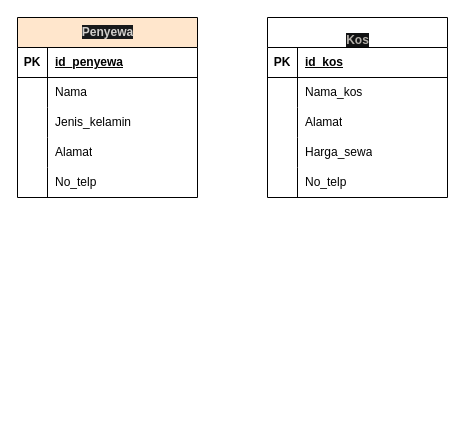
This is Basis Data/ERD/ERD Sistem Kos.drawio from fdhliakbar/lecture-assignment, a draw.io file, before an edit. Source tidied: cells renumbered, new cells numbered last; positions are measured from the earlier drawing's top-left corner, leaving out a move shared by most shapes. Both pictures are drawn from the tidied source at 100%, with x=0, y=0 at pixel (17, 17).
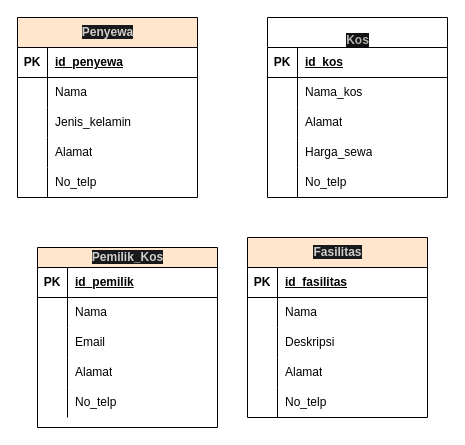
The same diagram, later.

What changed in the source:
```diff
@@
+    <mxCell id="34" value="&lt;font color=&quot;#d1cfcc&quot;&gt;&lt;span style=&quot;background-color: rgb(23, 25, 27);&quot;&gt;Pemilik_Kos&lt;/span&gt;&lt;/font&gt;" style="shape=table;startSize=20;childLayout=tableLayout;rowLines=0;fontStyle=1;align=center;html=1;fillColor=#FFE6CC;" parent="1" vertex="1">
+      <mxGeometry x="20" y="230" width="180" height="180" as="geometry" />
+    </mxCell>
+    <mxCell id="35" style="shape=tableRow;horizontal=0;startSize=0;swimlaneHead=0;swimlaneBody=0;fillColor=none;top=0;left=0;right=0;bottom=1;" parent="34" vertex="1">
+      <mxGeometry y="20" width="180" height="30" as="geometry" />
+    </mxCell>
+    <mxCell id="36" value="PK" style="shape=partialRectangle;fillColor=none;top=0;left=0;bottom=0;right=0;fontStyle=1;overflow=hidden;whiteSpace=wrap;html=1;" parent="35" vertex="1">
+      <mxGeometry width="30" height="30" as="geometry" />
+    </mxCell>
+    <mxCell id="37" value="id_pemilik" style="shape=partialRectangle;fillColor=none;top=0;left=0;bottom=0;right=0;align=left;spacingLeft=6;fontStyle=5;overflow=hidden;whiteSpace=wrap;html=1;" parent="35" vertex="1">
+      <mxGeometry x="30" width="150" height="30" as="geometry" />
+    </mxCell>
+    <mxCell id="38" style="shape=tableRow;horizontal=0;startSize=0;swimlaneHead=0;swimlaneBody=0;fillColor=none;top=0;left=0;right=0;bottom=0;" parent="34" vertex="1">
+      <mxGeometry y="50" width="180" height="30" as="geometry" />
+    </mxCell>
+    <mxCell id="39" style="shape=partialRectangle;fillColor=none;top=0;left=0;bottom=0;right=0;overflow=hidden;whiteSpace=wrap;html=1;" parent="38" vertex="1">
+      <mxGeometry width="30" height="30" as="geometry" />
+    </mxCell>
+    <mxCell id="40" value="Nama" style="shape=partialRectangle;fillColor=none;top=0;left=0;bottom=0;right=0;align=left;spacingLeft=6;overflow=hidden;whiteSpace=wrap;html=1;" parent="38" vertex="1">
+      <mxGeometry x="30" width="150" height="30" as="geometry" />
+    </mxCell>
+    <mxCell id="41" style="shape=tableRow;horizontal=0;startSize=0;swimlaneHead=0;swimlaneBody=0;fillColor=none;top=0;left=0;right=0;bottom=0;" parent="34" vertex="1">
+      <mxGeometry y="80" width="180" height="30" as="geometry" />
+    </mxCell>
+    <mxCell id="42" style="shape=partialRectangle;fillColor=none;top=0;left=0;bottom=0;right=0;overflow=hidden;whiteSpace=wrap;html=1;" parent="41" vertex="1">
+      <mxGeometry width="30" height="30" as="geometry" />
+    </mxCell>
+    <mxCell id="43" value="Email" style="shape=partialRectangle;fillColor=none;top=0;left=0;bottom=0;right=0;align=left;spacingLeft=6;overflow=hidden;whiteSpace=wrap;html=1;" parent="41" vertex="1">
+      <mxGeometry x="30" width="150" height="30" as="geometry" />
+    </mxCell>
+    <mxCell id="44" style="shape=tableRow;horizontal=0;startSize=0;swimlaneHead=0;swimlaneBody=0;fillColor=none;top=0;left=0;right=0;bottom=0;" parent="34" vertex="1">
+      <mxGeometry y="110" width="180" height="30" as="geometry" />
+    </mxCell>
+    <mxCell id="45" style="shape=partialRectangle;fillColor=none;top=0;left=0;bottom=0;right=0;overflow=hidden;whiteSpace=wrap;html=1;" parent="44" vertex="1">
+      <mxGeometry width="30" height="30" as="geometry" />
+    </mxCell>
+    <mxCell id="46" value="Alamat" style="shape=partialRectangle;fillColor=none;top=0;left=0;bottom=0;right=0;align=left;spacingLeft=6;overflow=hidden;whiteSpace=wrap;html=1;" parent="44" vertex="1">
+      <mxGeometry x="30" width="150" height="30" as="geometry" />
+    </mxCell>
+    <mxCell id="47" style="shape=tableRow;horizontal=0;startSize=0;swimlaneHead=0;swimlaneBody=0;fillColor=none;top=0;left=0;right=0;bottom=0;" parent="34" vertex="1">
+      <mxGeometry y="140" width="180" height="30" as="geometry" />
+    </mxCell>
+    <mxCell id="48" style="shape=partialRectangle;fillColor=none;top=0;left=0;bottom=0;right=0;overflow=hidden;whiteSpace=wrap;html=1;" parent="47" vertex="1">
+      <mxGeometry width="30" height="30" as="geometry" />
+    </mxCell>
+    <mxCell id="49" value="No_telp" style="shape=partialRectangle;fillColor=none;top=0;left=0;bottom=0;right=0;align=left;spacingLeft=6;overflow=hidden;whiteSpace=wrap;html=1;" parent="47" vertex="1">
+      <mxGeometry x="30" width="150" height="30" as="geometry" />
+    </mxCell>
+    <mxCell id="50" value="&lt;font color=&quot;#d1cfcc&quot;&gt;&lt;span style=&quot;background-color: rgb(23, 25, 27);&quot;&gt;Fasilitas&lt;/span&gt;&lt;/font&gt;" style="shape=table;startSize=30;childLayout=tableLayout;rowLines=0;fontStyle=1;align=center;html=1;fillColor=#FFE6CC;" parent="1" vertex="1">
+      <mxGeometry x="230" y="220" width="180" height="180" as="geometry" />
+    </mxCell>
+    <mxCell id="51" style="shape=tableRow;horizontal=0;startSize=0;swimlaneHead=0;swimlaneBody=0;fillColor=none;top=0;left=0;right=0;bottom=1;" parent="50" vertex="1">
+      <mxGeometry y="30" width="180" height="30" as="geometry" />
+    </mxCell>
+    <mxCell id="52" value="PK" style="shape=partialRectangle;fillColor=none;top=0;left=0;bottom=0;right=0;fontStyle=1;overflow=hidden;whiteSpace=wrap;html=1;" parent="51" vertex="1">
+      <mxGeometry width="30" height="30" as="geometry" />
+    </mxCell>
+    <mxCell id="53" value="id_fasilitas" style="shape=partialRectangle;fillColor=none;top=0;left=0;bottom=0;right=0;align=left;spacingLeft=6;fontStyle=5;overflow=hidden;whiteSpace=wrap;html=1;" parent="51" vertex="1">
+      <mxGeometry x="30" width="150" height="30" as="geometry" />
+    </mxCell>
+    <mxCell id="54" style="shape=tableRow;horizontal=0;startSize=0;swimlaneHead=0;swimlaneBody=0;fillColor=none;top=0;left=0;right=0;bottom=0;" parent="50" vertex="1">
+      <mxGeometry y="60" width="180" height="30" as="geometry" />
+    </mxCell>
+    <mxCell id="55" style="shape=partialRectangle;fillColor=none;top=0;left=0;bottom=0;right=0;overflow=hidden;whiteSpace=wrap;html=1;" parent="54" vertex="1">
+      <mxGeometry width="30" height="30" as="geometry" />
+    </mxCell>
+    <mxCell id="56" value="Nama" style="shape=partialRectangle;fillColor=none;top=0;left=0;bottom=0;right=0;align=left;spacingLeft=6;overflow=hidden;whiteSpace=wrap;html=1;" parent="54" vertex="1">
+      <mxGeometry x="30" width="150" height="30" as="geometry" />
+    </mxCell>
+    <mxCell id="57" style="shape=tableRow;horizontal=0;startSize=0;swimlaneHead=0;swimlaneBody=0;fillColor=none;top=0;left=0;right=0;bottom=0;" parent="50" vertex="1">
+      <mxGeometry y="90" width="180" height="30" as="geometry" />
+    </mxCell>
+    <mxCell id="58" style="shape=partialRectangle;fillColor=none;top=0;left=0;bottom=0;right=0;overflow=hidden;whiteSpace=wrap;html=1;" parent="57" vertex="1">
+      <mxGeometry width="30" height="30" as="geometry" />
+    </mxCell>
+    <mxCell id="59" value="Deskripsi" style="shape=partialRectangle;fillColor=none;top=0;left=0;bottom=0;right=0;align=left;spacingLeft=6;overflow=hidden;whiteSpace=wrap;html=1;" parent="57" vertex="1">
+      <mxGeometry x="30" width="150" height="30" as="geometry" />
+    </mxCell>
+    <mxCell id="60" style="shape=tableRow;horizontal=0;startSize=0;swimlaneHead=0;swimlaneBody=0;fillColor=none;top=0;left=0;right=0;bottom=0;" parent="50" vertex="1">
+      <mxGeometry y="120" width="180" height="30" as="geometry" />
+    </mxCell>
+    <mxCell id="61" style="shape=partialRectangle;fillColor=none;top=0;left=0;bottom=0;right=0;overflow=hidden;whiteSpace=wrap;html=1;" parent="60" vertex="1">
+      <mxGeometry width="30" height="30" as="geometry" />
+    </mxCell>
+    <mxCell id="62" value="Alamat" style="shape=partialRectangle;fillColor=none;top=0;left=0;bottom=0;right=0;align=left;spacingLeft=6;overflow=hidden;whiteSpace=wrap;html=1;" parent="60" vertex="1">
+      <mxGeometry x="30" width="150" height="30" as="geometry" />
+    </mxCell>
+    <mxCell id="63" style="shape=tableRow;horizontal=0;startSize=0;swimlaneHead=0;swimlaneBody=0;fillColor=none;top=0;left=0;right=0;bottom=0;" parent="50" vertex="1">
+      <mxGeometry y="150" width="180" height="30" as="geometry" />
+    </mxCell>
+    <mxCell id="64" style="shape=partialRectangle;fillColor=none;top=0;left=0;bottom=0;right=0;overflow=hidden;whiteSpace=wrap;html=1;" parent="63" vertex="1">
+      <mxGeometry width="30" height="30" as="geometry" />
+    </mxCell>
+    <mxCell id="65" value="No_telp" style="shape=partialRectangle;fillColor=none;top=0;left=0;bottom=0;right=0;align=left;spacingLeft=6;overflow=hidden;whiteSpace=wrap;html=1;" parent="63" vertex="1">
+      <mxGeometry x="30" width="150" height="30" as="geometry" />
+    </mxCell>
```
